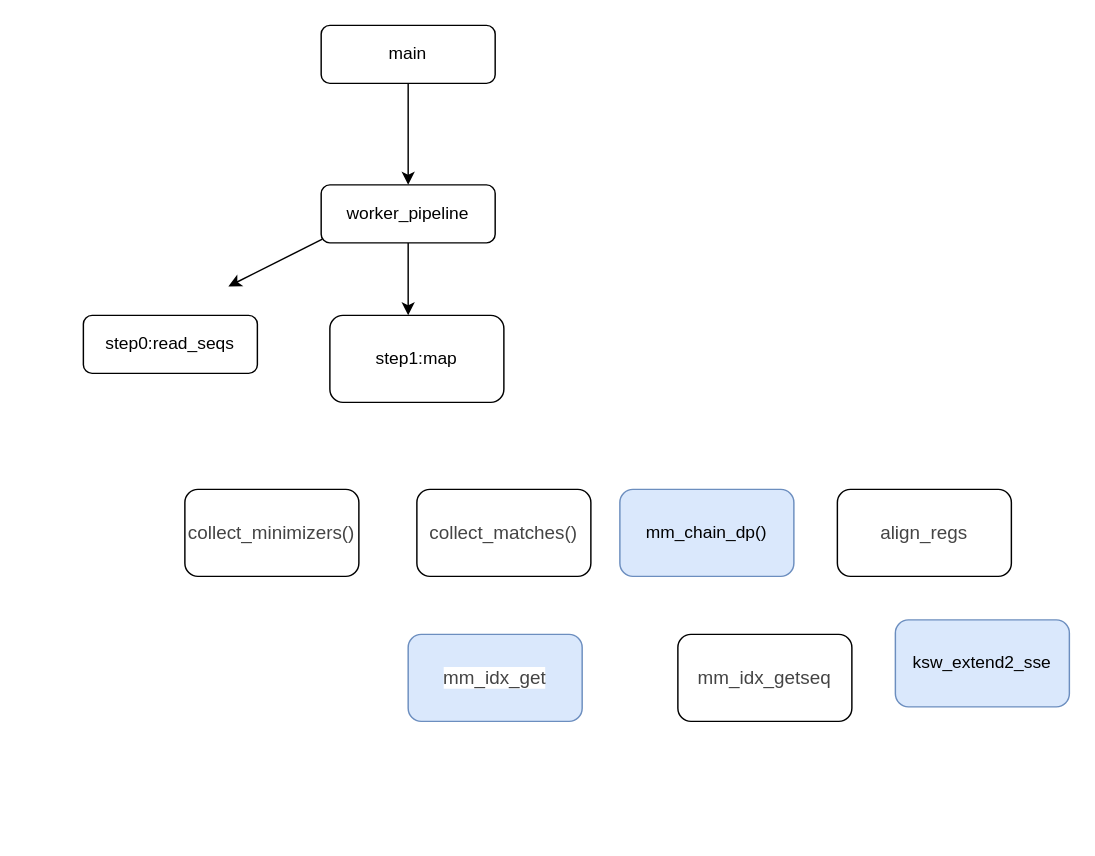
This is page "函数流程图" (14 of 14) of FPGA_output.drawio from muguang123/drwaio, a draw.io file, before an edit. Source tidied: cells renumbered, new cells numbered last; positions are measured from the earlier drawing's top-left corner, leaving out a move shared by most shapes. Both pictures are drawn from the tidied source at 145%, with x=0, y=0 at pixel (83, 25).
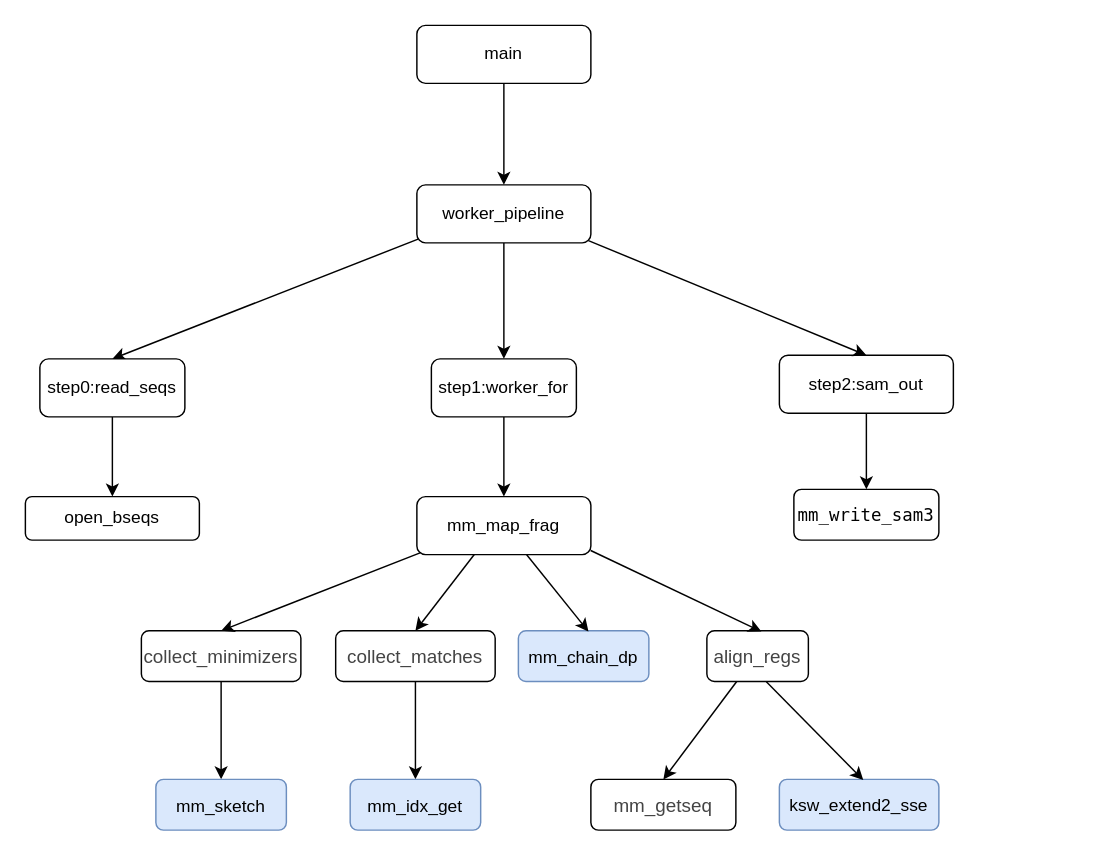
The same page after the edit.

Diff of the diagram source:
```diff
@@
     <mxCell id="2" style="edgeStyle=orthogonalEdgeStyle;rounded=0;jettySize=auto;html=1;exitX=0.5;exitY=1;exitDx=0;exitDy=0;" parent="1" edge="1" source="3">
       <mxGeometry relative="1" as="geometry">
-        <mxPoint x="224" y="110" as="targetPoint" />
+        <mxPoint x="290" y="110" as="targetPoint" />
       </mxGeometry>
     </mxCell>
     <mxCell id="3" value="main" style="rounded=1;whiteSpace=wrap;html=1;" parent="1" vertex="1">
-      <mxGeometry x="164" width="120" height="40" as="geometry" />
+      <mxGeometry x="230" width="120" height="40" as="geometry" />
     </mxCell>
-    <mxCell id="4" style="edgeStyle=orthogonalEdgeStyle;rounded=0;jettySize=auto;html=1;exitX=0.5;exitY=1;exitDx=0;exitDy=0;" parent="1" edge="1" source="5">
-      <mxGeometry relative="1" as="geometry">
-        <mxPoint x="224" y="200" as="targetPoint" />
-      </mxGeometry>
-    </mxCell>
+    <mxCell id="16" style="edgeStyle=orthogonalEdgeStyle;rounded=0;jettySize=auto;html=1;exitX=0.5;exitY=1;exitDx=0;exitDy=0;" parent="1" edge="1" source="5" target="33">
+      <mxGeometry relative="1" as="geometry" />
+    </mxCell>
     <mxCell id="5" value="worker_pipeline" style="rounded=1;whiteSpace=wrap;html=1;" parent="1" vertex="1">
-      <mxGeometry x="164" y="110" width="120" height="40" as="geometry" />
+      <mxGeometry x="230" y="110" width="120" height="40" as="geometry" />
     </mxCell>
-    <mxCell id="6" style="endArrow=classic;html=1;exitX=0.007;exitY=0.936;exitDx=0;exitDy=0;exitPerimeter=0;" parent="1" edge="1" source="5">
-      <mxGeometry relative="1" as="geometry">
-        <mxPoint x="100" y="180" as="targetPoint" />
-      </mxGeometry>
+    <mxCell id="6" style="endArrow=classic;html=1;exitX=0.007;exitY=0.936;exitDx=0;exitDy=0;exitPerimeter=0;entryX=0.5;entryY=0;entryDx=0;entryDy=0;" parent="1" edge="1" source="5" target="7">
+      <mxGeometry relative="1" as="geometry" />
     </mxCell>
+    <mxCell id="17" style="edgeStyle=orthogonalEdgeStyle;rounded=0;jettySize=auto;html=1;exitX=0.5;exitY=1;exitDx=0;exitDy=0;" parent="1" edge="1" source="7" target="22">
+      <mxGeometry relative="1" as="geometry" />
+    </mxCell>
     <mxCell id="7" value="step0:read_seqs" style="rounded=1;whiteSpace=wrap;html=1;" parent="1" vertex="1">
-      <mxGeometry y="200" width="120" height="40" as="geometry" />
+      <mxGeometry x="-30" y="230" width="100" height="40" as="geometry" />
     </mxCell>
+    <mxCell id="18" style="edgeStyle=orthogonalEdgeStyle;rounded=0;jettySize=auto;html=1;exitX=0.5;exitY=1;exitDx=0;exitDy=0;entryX=0.5;entryY=0;entryDx=0;entryDy=0;" parent="1" edge="1" source="8" target="34">
+      <mxGeometry relative="1" as="geometry" />
+    </mxCell>
-    <mxCell id="8" value="&lt;span style=&quot;color: rgb(68 , 68 , 68) ; font-size: 13px ; text-align: left ; background-color: rgb(255 , 255 , 255)&quot;&gt;collect_minimizers()&lt;/span&gt;" style="rounded=1;whiteSpace=wrap;html=1;" parent="1" vertex="1">
-      <mxGeometry x="70" y="320" width="120" height="60" as="geometry" />
+    <mxCell id="8" value="&lt;span style=&quot;color: rgb(68 , 68 , 68) ; font-size: 13px ; text-align: left ; background-color: rgb(255 , 255 , 255)&quot;&gt;collect_minimizers&lt;/span&gt;" style="rounded=1;whiteSpace=wrap;html=1;" parent="1" vertex="1">
+      <mxGeometry x="40" y="417.5" width="110" height="35" as="geometry" />
     </mxCell>
+    <mxCell id="19" style="edgeStyle=orthogonalEdgeStyle;rounded=0;jettySize=auto;html=1;exitX=0.5;exitY=1;exitDx=0;exitDy=0;entryX=0.5;entryY=0;entryDx=0;entryDy=0;" parent="1" edge="1" source="9" target="15">
+      <mxGeometry relative="1" as="geometry" />
+    </mxCell>
-    <mxCell id="9" value="&lt;span style=&quot;color: rgb(68 , 68 , 68) ; font-size: 13px ; text-align: left ; background-color: rgb(255 , 255 , 255)&quot;&gt;collect_matches()&lt;/span&gt;" style="rounded=1;whiteSpace=wrap;html=1;" parent="1" vertex="1">
-      <mxGeometry x="230" y="320" width="120" height="60" as="geometry" />
+    <mxCell id="9" value="&lt;span style=&quot;color: rgb(68 , 68 , 68) ; font-size: 13px ; text-align: left ; background-color: rgb(255 , 255 , 255)&quot;&gt;collect_matches&lt;br&gt;&lt;/span&gt;" style="rounded=1;whiteSpace=wrap;html=1;" parent="1" vertex="1">
+      <mxGeometry x="174" y="417.5" width="110" height="35" as="geometry" />
     </mxCell>
-    <mxCell id="10" value="step1:map" style="rounded=1;whiteSpace=wrap;html=1;" parent="1" vertex="1">
-      <mxGeometry x="170" y="200" width="120" height="60" as="geometry" />
+    <mxCell id="10" value="mm_map_frag" style="rounded=1;whiteSpace=wrap;html=1;" parent="1" vertex="1">
+      <mxGeometry x="230" y="325" width="120" height="40" as="geometry" />
     </mxCell>
-    <mxCell id="11" value="mm_chain_dp()" style="rounded=1;whiteSpace=wrap;html=1;fillColor=#dae8fc;strokeColor=#6c8ebf;" parent="1" vertex="1">
-      <mxGeometry x="370" y="320" width="120" height="60" as="geometry" />
-    </mxCell>
+    <mxCell id="13" value="&lt;span style=&quot;color: rgb(68 , 68 , 68) ; font-size: 13px ; text-align: left ; background-color: rgb(255 , 255 , 255)&quot;&gt;mm_getseq&lt;/span&gt;" style="rounded=1;whiteSpace=wrap;html=1;" parent="1" vertex="1">
+      <mxGeometry x="350" y="520" width="100" height="35" as="geometry" />
+    </mxCell>
+    <mxCell id="20" style="edgeStyle=orthogonalEdgeStyle;rounded=0;jettySize=auto;html=1;exitX=0.5;exitY=1;exitDx=0;exitDy=0;" parent="1" edge="1" source="21" target="25">
+      <mxGeometry relative="1" as="geometry" />
+    </mxCell>
+    <mxCell id="21" value="step2:sam_out" style="rounded=1;whiteSpace=wrap;html=1;" parent="1" vertex="1">
+      <mxGeometry x="480" y="227.5" width="120" height="40" as="geometry" />
+    </mxCell>
+    <mxCell id="22" value="open_bseqs" style="rounded=1;whiteSpace=wrap;html=1;" parent="1" vertex="1">
+      <mxGeometry x="-40" y="325" width="120" height="30" as="geometry" />
+    </mxCell>
+    <mxCell id="23" value="mm_chain_dp&lt;span style=&quot;color: rgb(68 , 68 , 68) ; font-size: 13px ; text-align: left ; background-color: rgb(255 , 255 , 255)&quot;&gt;&lt;br&gt;&lt;/span&gt;" style="rounded=1;whiteSpace=wrap;html=1;fillColor=#dae8fc;strokeColor=#6c8ebf;" parent="1" vertex="1">
+      <mxGeometry x="300" y="417.5" width="90" height="35" as="geometry" />
+    </mxCell>
-    <mxCell id="12" value="&lt;span style=&quot;color: rgb(68 , 68 , 68) ; font-size: 13px ; text-align: left ; background-color: rgb(255 , 255 , 255)&quot;&gt;align_regs&lt;/span&gt;" style="rounded=1;whiteSpace=wrap;html=1;" parent="1" vertex="1">
-      <mxGeometry x="520" y="320" width="120" height="60" as="geometry" />
+    <mxCell id="12" value="&lt;span style=&quot;color: rgb(68 , 68 , 68) ; font-size: 13px ; text-align: left ; background-color: rgb(255 , 255 , 255)&quot;&gt;align_regs&lt;/span&gt;&lt;span style=&quot;color: rgb(68 , 68 , 68) ; font-size: 13px ; text-align: left ; background-color: rgb(255 , 255 , 255)&quot;&gt;&lt;br&gt;&lt;/span&gt;" style="rounded=1;whiteSpace=wrap;html=1;" parent="1" vertex="1">
+      <mxGeometry x="430" y="417.5" width="70" height="35" as="geometry" />
     </mxCell>
-    <mxCell id="13" value="&lt;span style=&quot;color: rgb(68 , 68 , 68) ; font-size: 13px ; text-align: left ; background-color: rgb(255 , 255 , 255)&quot;&gt;mm_idx_getseq&lt;/span&gt;" style="rounded=1;whiteSpace=wrap;html=1;" parent="1" vertex="1">
-      <mxGeometry x="410" y="420" width="120" height="60" as="geometry" />
-    </mxCell>
+    <mxCell id="15" value="mm_idx_get&lt;span style=&quot;color: rgb(68 , 68 , 68) ; font-size: 13px ; text-align: left ; background-color: rgb(255 , 255 , 255)&quot;&gt;&lt;br&gt;&lt;/span&gt;" style="rounded=1;whiteSpace=wrap;html=1;fillColor=#dae8fc;strokeColor=#6c8ebf;" parent="1" vertex="1">
+      <mxGeometry x="184" y="520" width="90" height="35" as="geometry" />
+    </mxCell>
+    <mxCell id="24" style="endArrow=classic;html=1;exitX=0.986;exitY=0.961;exitDx=0;exitDy=0;entryX=0.5;entryY=0;entryDx=0;entryDy=0;exitPerimeter=0;" parent="1" edge="1" source="5" target="21">
+      <mxGeometry relative="1" as="geometry" />
+    </mxCell>
+    <mxCell id="25" value="&lt;pre style=&quot;font-size: 9pt ; font-family: &amp;#34;dejavu sans mono&amp;#34;&quot;&gt;&lt;span style=&quot;background-color: rgb(255 , 255 , 255)&quot;&gt;mm_write_sam3&lt;/span&gt;&lt;/pre&gt;" style="rounded=1;whiteSpace=wrap;html=1;" parent="1" vertex="1">
+      <mxGeometry x="490" y="320" width="100" height="35" as="geometry" />
+    </mxCell>
+    <mxCell id="26" style="endArrow=classic;html=1;exitX=0.022;exitY=0.965;exitDx=0;exitDy=0;entryX=0.5;entryY=0;entryDx=0;entryDy=0;exitPerimeter=0;" parent="1" edge="1" source="10" target="8">
+      <mxGeometry relative="1" as="geometry" />
+    </mxCell>
+    <mxCell id="27" style="endArrow=classic;html=1;entryX=0.5;entryY=0;entryDx=0;entryDy=0;exitX=0.33;exitY=0.998;exitDx=0;exitDy=0;exitPerimeter=0;" parent="1" edge="1" source="10" target="9">
+      <mxGeometry relative="1" as="geometry" />
+    </mxCell>
+    <mxCell id="28" style="endArrow=classic;html=1;entryX=0.537;entryY=0.016;entryDx=0;entryDy=0;entryPerimeter=0;exitX=0.631;exitY=1.002;exitDx=0;exitDy=0;exitPerimeter=0;" parent="1" edge="1" source="10" target="23">
+      <mxGeometry relative="1" as="geometry" />
+    </mxCell>
+    <mxCell id="29" style="endArrow=classic;html=1;entryX=0.537;entryY=0.016;entryDx=0;entryDy=0;entryPerimeter=0;exitX=0.999;exitY=0.929;exitDx=0;exitDy=0;exitPerimeter=0;" parent="1" edge="1" source="10" target="12">
+      <mxGeometry relative="1" as="geometry" />
+    </mxCell>
     <mxCell id="14" value="ksw_extend2_sse" style="rounded=1;whiteSpace=wrap;html=1;fillColor=#dae8fc;strokeColor=#6c8ebf;" parent="1" vertex="1">
-      <mxGeometry x="560" y="410" width="120" height="60" as="geometry" />
+      <mxGeometry x="480" y="520" width="110" height="35" as="geometry" />
     </mxCell>
-    <mxCell id="15" value="&lt;span style=&quot;color: rgb(68 , 68 , 68) ; font-size: 13px ; text-align: left ; background-color: rgb(255 , 255 , 255)&quot;&gt;mm_idx_get&lt;br&gt;&lt;/span&gt;" style="rounded=1;whiteSpace=wrap;html=1;fillColor=#dae8fc;strokeColor=#6c8ebf;" parent="1" vertex="1">
-      <mxGeometry x="224" y="420" width="120" height="60" as="geometry" />
-    </mxCell>
+    <mxCell id="30" style="endArrow=classic;html=1;entryX=0.5;entryY=0;entryDx=0;entryDy=0;exitX=0.294;exitY=0.999;exitDx=0;exitDy=0;exitPerimeter=0;" parent="1" edge="1" source="12" target="13">
+      <mxGeometry relative="1" as="geometry" />
+    </mxCell>
+    <mxCell id="31" style="endArrow=classic;html=1;entryX=0.526;entryY=0.014;entryDx=0;entryDy=0;exitX=0.586;exitY=1.003;exitDx=0;exitDy=0;exitPerimeter=0;entryPerimeter=0;" parent="1" edge="1" source="12" target="14">
+      <mxGeometry relative="1" as="geometry" />
+    </mxCell>
+    <mxCell id="32" style="edgeStyle=orthogonalEdgeStyle;rounded=0;jettySize=auto;html=1;exitX=0.5;exitY=1;exitDx=0;exitDy=0;" parent="1" edge="1" source="33">
+      <mxGeometry relative="1" as="geometry">
+        <mxPoint x="290" y="325" as="targetPoint" />
+      </mxGeometry>
+    </mxCell>
+    <mxCell id="33" value="step1:worker_for" style="rounded=1;whiteSpace=wrap;html=1;" parent="1" vertex="1">
+      <mxGeometry x="240" y="230" width="100" height="40" as="geometry" />
+    </mxCell>
+    <mxCell id="34" value="mm_sketch&lt;span style=&quot;color: rgb(68 , 68 , 68) ; font-size: 13px ; text-align: left ; background-color: rgb(255 , 255 , 255)&quot;&gt;&lt;br&gt;&lt;/span&gt;" style="rounded=1;whiteSpace=wrap;html=1;fillColor=#dae8fc;strokeColor=#6c8ebf;" parent="1" vertex="1">
+      <mxGeometry x="50" y="520" width="90" height="35" as="geometry" />
+    </mxCell>
```
